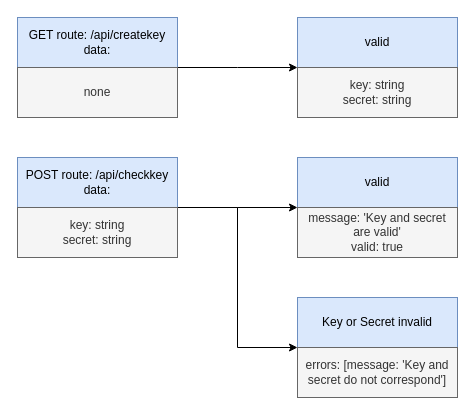
papaya147/verbose-engine keeps this draw.io diagram as page "API" (1 of 4) of API Requests.drawio. Above is the earlier version. Source tidied: cells renumbered, new cells numbered last; positions are measured from the earlier drawing's top-left corner, leaving out a move shared by most shapes. Both pictures are drawn from the tidied source at 100%, with x=0, y=0 at pixel (17, 17).
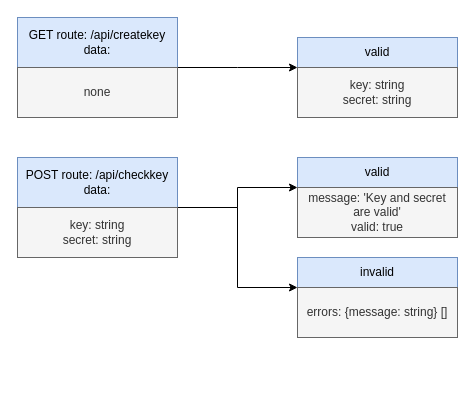
Above is the later version.

The edit, as a diff of the source:
```diff
@@
 <mxGraphModel>
   <root>
     <mxCell id="0" />
     <mxCell id="1" parent="0" />
-    <mxCell id="2" style="edgeStyle=orthogonalEdgeStyle;rounded=0;jettySize=auto;html=1;exitX=1;exitY=1;exitDx=0;exitDy=0;entryX=0;entryY=1;entryDx=0;entryDy=0;" parent="1" edge="1" source="3" target="5">
-      <mxGeometry relative="1" as="geometry">
-        <Array as="points">
-          <mxPoint x="220" y="50" />
-          <mxPoint x="220" y="50" />
-        </Array>
-      </mxGeometry>
-    </mxCell>
     <mxCell id="3" value="GET route: /api/createkey&lt;br&gt;data:" style="rounded=0;whiteSpace=wrap;html=1;fillColor=#dae8fc;strokeColor=#6c8ebf;" parent="1" vertex="1">
       <mxGeometry width="160" height="50" as="geometry" />
     </mxCell>
+    <mxCell id="15" style="edgeStyle=orthogonalEdgeStyle;rounded=0;jettySize=auto;html=1;exitX=1;exitY=0;exitDx=0;exitDy=0;entryX=0;entryY=0;entryDx=0;entryDy=0;" parent="1" edge="1" source="4" target="6">
+      <mxGeometry relative="1" as="geometry">
+        <Array as="points">
+          <mxPoint x="220" y="50" />
+          <mxPoint x="220" y="50" />
+        </Array>
+      </mxGeometry>
+    </mxCell>
     <mxCell id="4" value="none" style="rounded=0;whiteSpace=wrap;html=1;fillColor=#f5f5f5;strokeColor=#666666;fontColor=#333333;" parent="1" vertex="1">
       <mxGeometry y="50" width="160" height="50" as="geometry" />
     </mxCell>
     <mxCell id="5" value="valid" style="rounded=0;whiteSpace=wrap;html=1;fillColor=#dae8fc;strokeColor=#6c8ebf;" parent="1" vertex="1">
-      <mxGeometry x="280" width="160" height="50" as="geometry" />
+      <mxGeometry x="280" y="20" width="160" height="30" as="geometry" />
     </mxCell>
     <mxCell id="6" value="key: string&lt;br&gt;secret: string" style="rounded=0;whiteSpace=wrap;html=1;fillColor=#f5f5f5;strokeColor=#666666;fontColor=#333333;" parent="1" vertex="1">
       <mxGeometry x="280" y="50" width="160" height="50" as="geometry" />
     </mxCell>
-    <mxCell id="7" style="edgeStyle=orthogonalEdgeStyle;rounded=0;jettySize=auto;html=1;exitX=1;exitY=1;exitDx=0;exitDy=0;entryX=0;entryY=1;entryDx=0;entryDy=0;" parent="1" edge="1" source="8" target="9">
-      <mxGeometry relative="1" as="geometry">
-        <Array as="points">
-          <mxPoint x="220" y="190" />
-          <mxPoint x="220" y="190" />
-        </Array>
-      </mxGeometry>
-    </mxCell>
+    <mxCell id="16" style="edgeStyle=orthogonalEdgeStyle;rounded=0;jettySize=auto;html=1;exitX=1;exitY=1;exitDx=0;exitDy=0;entryX=0;entryY=0;entryDx=0;entryDy=0;" parent="1" edge="1" source="8" target="10">
+      <mxGeometry relative="1" as="geometry">
+        <Array as="points">
+          <mxPoint x="220" y="190" />
+          <mxPoint x="220" y="170" />
+        </Array>
+      </mxGeometry>
+    </mxCell>
+    <mxCell id="17" style="edgeStyle=orthogonalEdgeStyle;rounded=0;jettySize=auto;html=1;exitX=1;exitY=1;exitDx=0;exitDy=0;entryX=0;entryY=0;entryDx=0;entryDy=0;" parent="1" edge="1" source="8" target="14">
+      <mxGeometry relative="1" as="geometry">
+        <Array as="points">
+          <mxPoint x="220" y="190" />
+          <mxPoint x="220" y="270" />
+        </Array>
+      </mxGeometry>
+    </mxCell>
     <mxCell id="8" value="POST route: /api/checkkey&lt;br&gt;data:" style="rounded=0;whiteSpace=wrap;html=1;fillColor=#dae8fc;strokeColor=#6c8ebf;" parent="1" vertex="1">
       <mxGeometry y="140" width="160" height="50" as="geometry" />
     </mxCell>
     <mxCell id="9" value="valid" style="rounded=0;whiteSpace=wrap;html=1;fillColor=#dae8fc;strokeColor=#6c8ebf;" parent="1" vertex="1">
-      <mxGeometry x="280" y="140" width="160" height="50" as="geometry" />
+      <mxGeometry x="280" y="140" width="160" height="30" as="geometry" />
     </mxCell>
     <mxCell id="10" value="message: 'Key and secret are valid'&lt;br&gt;valid: true" style="rounded=0;whiteSpace=wrap;html=1;fillColor=#f5f5f5;strokeColor=#666666;fontColor=#333333;align=center;" parent="1" vertex="1">
-      <mxGeometry x="280" y="190" width="160" height="50" as="geometry" />
+      <mxGeometry x="280" y="170" width="160" height="50" as="geometry" />
     </mxCell>
-    <mxCell id="11" style="edgeStyle=orthogonalEdgeStyle;rounded=0;jettySize=auto;html=1;exitX=1;exitY=0;exitDx=0;exitDy=0;entryX=0;entryY=0;entryDx=0;entryDy=0;" parent="1" edge="1" source="12" target="14">
-      <mxGeometry relative="1" as="geometry">
-        <Array as="points">
-          <mxPoint x="220" y="190" />
-          <mxPoint x="220" y="330" />
-        </Array>
-      </mxGeometry>
-    </mxCell>
     <mxCell id="12" value="key: string&lt;br&gt;secret: string" style="rounded=0;whiteSpace=wrap;html=1;fillColor=#f5f5f5;strokeColor=#666666;fontColor=#333333;" parent="1" vertex="1">
       <mxGeometry y="190" width="160" height="50" as="geometry" />
     </mxCell>
-    <mxCell id="13" value="Key or Secret invalid" style="rounded=0;whiteSpace=wrap;html=1;fillColor=#dae8fc;strokeColor=#6c8ebf;" parent="1" vertex="1">
-      <mxGeometry x="280" y="280" width="160" height="50" as="geometry" />
+    <mxCell id="13" value="invalid" style="rounded=0;whiteSpace=wrap;html=1;fillColor=#dae8fc;strokeColor=#6c8ebf;" parent="1" vertex="1">
+      <mxGeometry x="280" y="240" width="160" height="30" as="geometry" />
     </mxCell>
-    <mxCell id="14" value="errors: [message: 'Key and secret do not correspond']" style="rounded=0;whiteSpace=wrap;html=1;fillColor=#f5f5f5;strokeColor=#666666;fontColor=#333333;align=center;" parent="1" vertex="1">
-      <mxGeometry x="280" y="330" width="160" height="50" as="geometry" />
+    <mxCell id="14" value="errors: {message: string} []" style="rounded=0;whiteSpace=wrap;html=1;fillColor=#f5f5f5;strokeColor=#666666;fontColor=#333333;align=center;" parent="1" vertex="1">
+      <mxGeometry x="280" y="270" width="160" height="50" as="geometry" />
     </mxCell>
   </root>
 </mxGraphModel>
```
